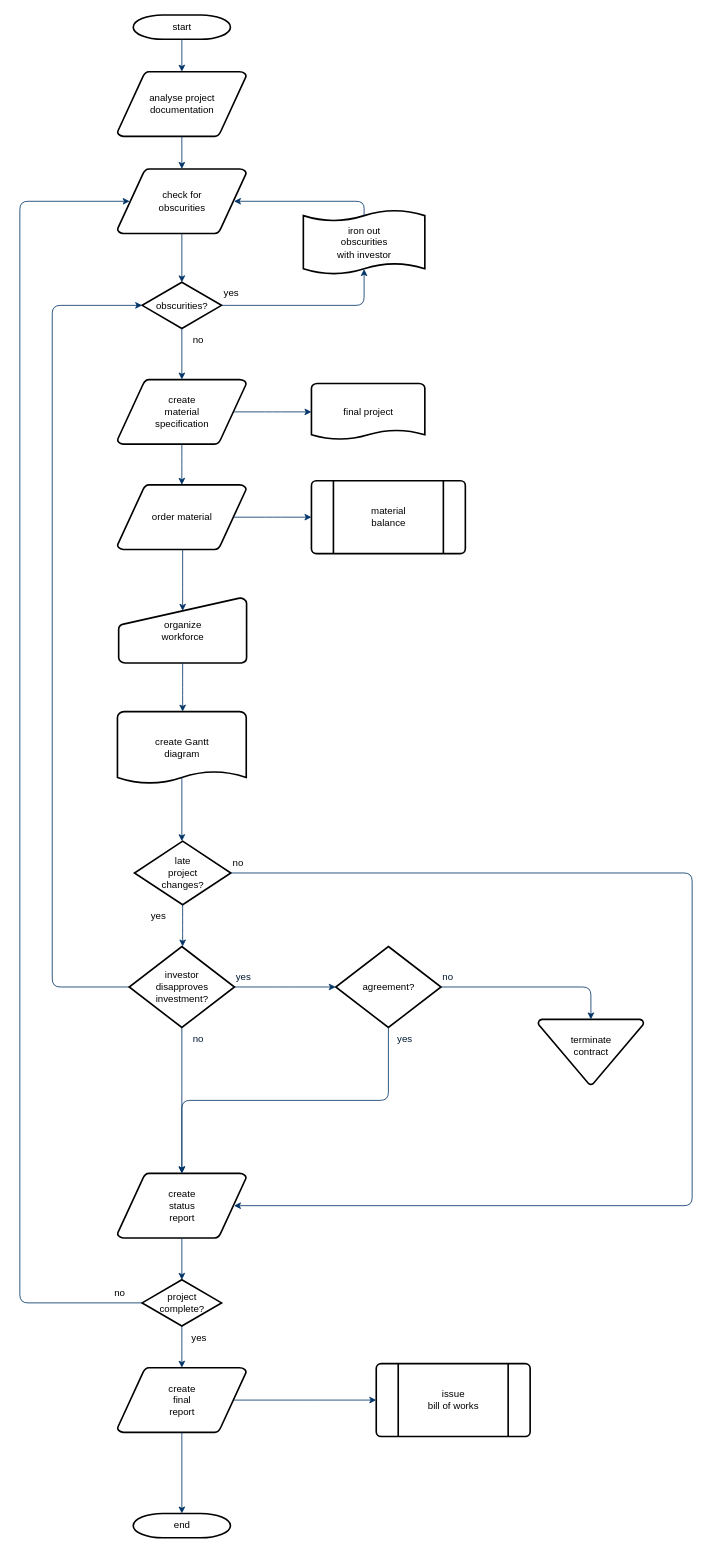
Before: Untitled Diagram.drawio in Pedrohaaraujo/Projeto1_Ebac, a draw.io diagram. Source tidied: cells renumbered, new cells numbered last; positions are measured from the earlier drawing's top-left corner, leaving out a move shared by most shapes. Both pictures are drawn from the tidied source at 81%, with x=0, y=0 at pixel (19, 15).
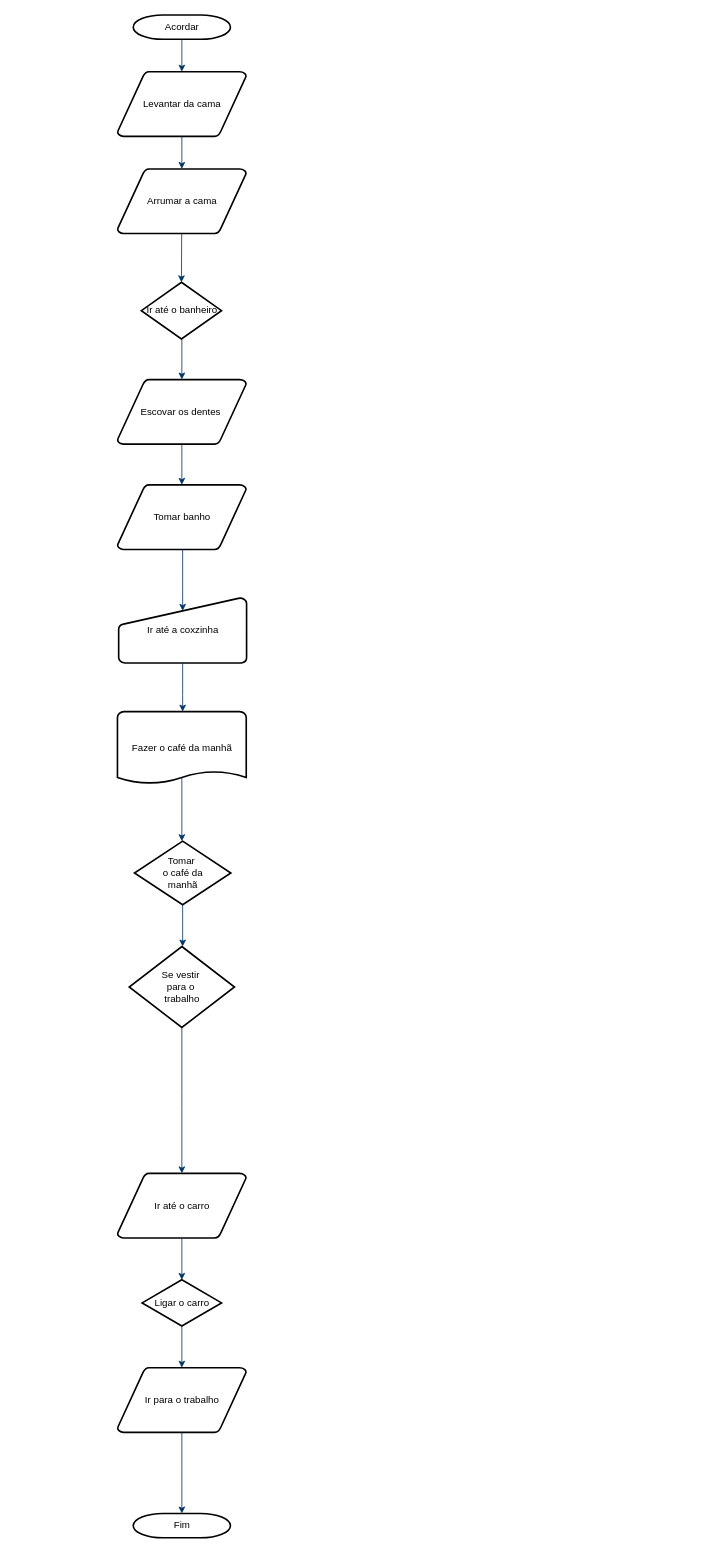
The same diagram, later.

Commit message:
finalizando o diagrama de acordar

The edit, as a diff of the source:
```diff
@@
-    <mxCell id="2" value="start" style="shape=mxgraph.flowchart.terminator;strokeWidth=2;gradientColor=none;gradientDirection=north;fontStyle=0;html=1;" parent="1" vertex="1">
+    <mxCell id="2" value="Acordar" style="shape=mxgraph.flowchart.terminator;strokeWidth=2;gradientColor=none;gradientDirection=north;fontStyle=0;html=1;" parent="1" vertex="1">
       <mxGeometry x="140" width="120" height="30" as="geometry" />
     </mxCell>
-    <mxCell id="3" value="analyse project&#10; documentation" style="shape=mxgraph.flowchart.data;strokeWidth=2;gradientColor=none;gradientDirection=north;fontStyle=0;html=1;" parent="1" vertex="1">
+    <mxCell id="3" value="Levantar da cama" style="shape=mxgraph.flowchart.data;strokeWidth=2;gradientColor=none;gradientDirection=north;fontStyle=0;html=1;" parent="1" vertex="1">
       <mxGeometry x="120.5" y="70" width="159" height="80" as="geometry" />
     </mxCell>
-    <mxCell id="4" value="create&#10;material&#10;specification" style="shape=mxgraph.flowchart.data;strokeWidth=2;gradientColor=none;gradientDirection=north;fontStyle=0;html=1;" parent="1" vertex="1">
+    <mxCell id="4" value="Escovar os dentes&amp;nbsp;" style="shape=mxgraph.flowchart.data;strokeWidth=2;gradientColor=none;gradientDirection=north;fontStyle=0;html=1;" parent="1" vertex="1">
       <mxGeometry x="120.5" y="450" width="159" height="80" as="geometry" />
     </mxCell>
-    <mxCell id="5" value="check for&#10;obscurities" style="shape=mxgraph.flowchart.data;strokeWidth=2;gradientColor=none;gradientDirection=north;fontStyle=0;html=1;" parent="1" vertex="1">
+    <mxCell id="5" value="Arrumar a cama" style="shape=mxgraph.flowchart.data;strokeWidth=2;gradientColor=none;gradientDirection=north;fontStyle=0;html=1;" parent="1" vertex="1">
       <mxGeometry x="120.5" y="190" width="159" height="80" as="geometry" />
     </mxCell>
-    <mxCell id="6" value="obscurities?" style="shape=mxgraph.flowchart.decision;strokeWidth=2;gradientColor=none;gradientDirection=north;fontStyle=0;html=1;" parent="1" vertex="1">
-      <mxGeometry x="151" y="330" width="98" height="57" as="geometry" />
+    <mxCell id="6" value="Ir até o banheiro" style="shape=mxgraph.flowchart.decision;strokeWidth=2;gradientColor=none;gradientDirection=north;fontStyle=0;html=1;" parent="1" vertex="1">
+      <mxGeometry x="150" y="330" width="99" height="70" as="geometry" />
     </mxCell>
@@
-    <mxCell id="10" style="edgeStyle=elbowEdgeStyle;elbow=horizontal;entryX=0.5;entryY=0.91;entryPerimeter=0;exitX=1;exitY=0.5;exitPerimeter=0;fontStyle=1;strokeColor=#003366;strokeWidth=1;html=1;" parent="1" edge="1" source="6" target="51">
-      <mxGeometry x="381" y="28.5" as="geometry">
-        <Array as="points">
-          <mxPoint x="425" y="340" />
-        </Array>
-      </mxGeometry>
-    </mxCell>
-    <mxCell id="11" value="yes" style="text;fontStyle=0;html=1;strokeColor=none;gradientColor=none;fillColor=none;strokeWidth=2;" parent="1" vertex="1">
-      <mxGeometry x="250" y="330" width="40" height="26" as="geometry" />
-    </mxCell>
@@
-    <mxCell id="13" value="order material" style="shape=mxgraph.flowchart.data;strokeWidth=2;gradientColor=none;gradientDirection=north;fontStyle=0;html=1;" parent="1" vertex="1">
+    <mxCell id="13" value="Tomar banho" style="shape=mxgraph.flowchart.data;strokeWidth=2;gradientColor=none;gradientDirection=north;fontStyle=0;html=1;" parent="1" vertex="1">
       <mxGeometry x="120.5" y="580" width="159" height="80" as="geometry" />
     </mxCell>
-    <mxCell id="14" value="no" style="text;fontStyle=0;html=1;strokeColor=none;gradientColor=none;fillColor=none;strokeWidth=2;align=center;" parent="1" vertex="1">
-      <mxGeometry x="200" y="387" width="40" height="26" as="geometry" />
-    </mxCell>
-    <mxCell id="15" value="final project" style="shape=mxgraph.flowchart.document;strokeWidth=2;gradientColor=none;gradientDirection=north;fontStyle=0;html=1;" parent="1" vertex="1">
-      <mxGeometry x="360" y="455" width="140" height="70" as="geometry" />
-    </mxCell>
-    <mxCell id="16" style="edgeStyle=elbowEdgeStyle;elbow=horizontal;exitX=0.905;exitY=0.5;exitPerimeter=0;fontStyle=1;strokeColor=#003366;strokeWidth=1;html=1;" parent="1" edge="1" source="4" target="15">
-      <mxGeometry as="geometry" />
-    </mxCell>
@@
-    <mxCell id="18" value="material&#10;balance" style="shape=mxgraph.flowchart.predefined_process;strokeWidth=2;gradientColor=none;gradientDirection=north;fontStyle=0;html=1;" parent="1" vertex="1">
-      <mxGeometry x="360" y="575" width="190" height="90" as="geometry" />
-    </mxCell>
-    <mxCell id="19" style="edgeStyle=elbowEdgeStyle;elbow=horizontal;exitX=0.905;exitY=0.5;exitPerimeter=0;fontStyle=1;strokeColor=#003366;strokeWidth=1;html=1;" parent="1" edge="1" source="13" target="18">
-      <mxGeometry as="geometry" />
-    </mxCell>
-    <mxCell id="20" value="organize &#10;workforce" style="shape=mxgraph.flowchart.manual_input;strokeWidth=2;gradientColor=none;gradientDirection=north;fontStyle=0;html=1;" parent="1" vertex="1">
+    <mxCell id="20" value="Ir até a coxzinha" style="shape=mxgraph.flowchart.manual_input;strokeWidth=2;gradientColor=none;gradientDirection=north;fontStyle=0;html=1;" parent="1" vertex="1">
       <mxGeometry x="122" y="720" width="158" height="80" as="geometry" />
     </mxCell>
@@
-    <mxCell id="22" value="create Gantt&#10;diagram" style="shape=mxgraph.flowchart.document;strokeWidth=2;gradientColor=none;gradientDirection=north;fontStyle=0;html=1;" parent="1" vertex="1">
+    <mxCell id="22" value="Fazer o café da manhã" style="shape=mxgraph.flowchart.document;strokeWidth=2;gradientColor=none;gradientDirection=north;fontStyle=0;html=1;" parent="1" vertex="1">
       <mxGeometry x="120.5" y="860" width="159" height="90" as="geometry" />
     </mxCell>
@@
-    <mxCell id="24" value="late&#10;project&#10;changes?" style="shape=mxgraph.flowchart.decision;strokeWidth=2;gradientColor=none;gradientDirection=north;fontStyle=0;html=1;" parent="1" vertex="1">
+    <mxCell id="24" value="Tomar&amp;nbsp;&lt;div&gt;o café da&lt;/div&gt;&lt;div&gt;manhã&lt;/div&gt;" style="shape=mxgraph.flowchart.decision;strokeWidth=2;gradientColor=none;gradientDirection=north;fontStyle=0;html=1;" parent="1" vertex="1">
       <mxGeometry x="141.5" y="1020" width="119" height="78.5" as="geometry" />
     </mxCell>
@@
-    <mxCell id="26" style="edgeStyle=elbowEdgeStyle;elbow=horizontal;exitX=0;exitY=0.5;exitPerimeter=0;entryX=0;entryY=0.5;entryPerimeter=0;fontStyle=1;strokeColor=#003366;strokeWidth=1;html=1;" parent="1" edge="1" source="28" target="6">
-      <mxGeometry as="geometry">
-        <Array as="points">
-          <mxPoint x="40" y="790" />
-        </Array>
-      </mxGeometry>
-    </mxCell>
-    <mxCell id="27" value="yes" style="text;fontStyle=0;html=1;strokeColor=none;gradientColor=none;fillColor=none;strokeWidth=2;" parent="1" vertex="1">
-      <mxGeometry x="160" y="1098.5" width="40" height="26" as="geometry" />
-    </mxCell>
-    <mxCell id="28" value="investor&#10;disapproves&#10; investment?" style="shape=mxgraph.flowchart.decision;strokeWidth=2;gradientColor=none;gradientDirection=north;fontStyle=0;html=1;" parent="1" vertex="1">
+    <mxCell id="28" value="Se vestir&amp;nbsp;&lt;div&gt;para o&amp;nbsp;&lt;/div&gt;&lt;div&gt;trabalho&lt;/div&gt;" style="shape=mxgraph.flowchart.decision;strokeWidth=2;gradientColor=none;gradientDirection=north;fontStyle=0;html=1;" parent="1" vertex="1">
       <mxGeometry x="135" y="1150" width="130" height="100" as="geometry" />
     </mxCell>
-    <mxCell id="29" value="agreement?" style="shape=mxgraph.flowchart.decision;strokeWidth=2;gradientColor=none;gradientDirection=north;fontStyle=0;html=1;" parent="1" vertex="1">
-      <mxGeometry x="390" y="1150" width="130" height="100" as="geometry" />
-    </mxCell>
@@
-    <mxCell id="31" style="edgeStyle=elbowEdgeStyle;elbow=horizontal;exitX=1;exitY=0.5;exitPerimeter=0;entryX=0;entryY=0.5;entryPerimeter=0;fontStyle=1;strokeColor=#003366;strokeWidth=1;html=1;" parent="1" edge="1" source="28" target="29">
-      <mxGeometry as="geometry" />
-    </mxCell>
-    <mxCell id="32" value="terminate&#10;contract&#10;" style="shape=mxgraph.flowchart.merge_or_storage;strokeWidth=2;gradientColor=none;gradientDirection=north;fontStyle=0;html=1;" parent="1" vertex="1">
-      <mxGeometry x="640" y="1240" width="130" height="80.5" as="geometry" />
-    </mxCell>
-    <mxCell id="33" style="edgeStyle=elbowEdgeStyle;elbow=vertical;exitX=1;exitY=0.5;exitPerimeter=0;entryX=0.5;entryY=0;entryPerimeter=0;fontStyle=1;strokeColor=#003366;strokeWidth=1;html=1;" parent="1" edge="1" source="29" target="32">
-      <mxGeometry as="geometry">
-        <Array as="points">
-          <mxPoint x="620" y="1200" />
-        </Array>
-      </mxGeometry>
-    </mxCell>
-    <mxCell id="34" value="create&#10;status&#10;report" style="shape=mxgraph.flowchart.data;strokeWidth=2;gradientColor=none;gradientDirection=north;fontStyle=0;html=1;" parent="1" vertex="1">
+    <mxCell id="34" value="Ir até o carro" style="shape=mxgraph.flowchart.data;strokeWidth=2;gradientColor=none;gradientDirection=north;fontStyle=0;html=1;" parent="1" vertex="1">
       <mxGeometry x="120.5" y="1430" width="159" height="80" as="geometry" />
     </mxCell>
@@
-    <mxCell id="36" style="edgeStyle=elbowEdgeStyle;elbow=vertical;exitX=0.5;exitY=1;exitPerimeter=0;entryX=0.5;entryY=0;entryPerimeter=0;fontStyle=1;strokeColor=#003366;strokeWidth=1;html=1;" parent="1" edge="1" source="29" target="34">
-      <mxGeometry as="geometry" />
-    </mxCell>
-    <mxCell id="37" value="project&#10;complete?" style="shape=mxgraph.flowchart.decision;strokeWidth=2;gradientColor=none;gradientDirection=north;fontStyle=0;html=1;" parent="1" vertex="1">
+    <mxCell id="37" value="Ligar o carro" style="shape=mxgraph.flowchart.decision;strokeWidth=2;gradientColor=none;gradientDirection=north;fontStyle=0;html=1;" parent="1" vertex="1">
       <mxGeometry x="151" y="1561.5" width="98" height="57" as="geometry" />
     </mxCell>
-    <mxCell id="38" value="create&#10;final&#10;report" style="shape=mxgraph.flowchart.data;strokeWidth=2;gradientColor=none;gradientDirection=north;fontStyle=0;html=1;" parent="1" vertex="1">
+    <mxCell id="38" value="Ir para o trabalho" style="shape=mxgraph.flowchart.data;strokeWidth=2;gradientColor=none;gradientDirection=north;fontStyle=0;html=1;" parent="1" vertex="1">
       <mxGeometry x="120.5" y="1670" width="159" height="80" as="geometry" />
     </mxCell>
-    <mxCell id="39" value="issue&#10;bill of works" style="shape=mxgraph.flowchart.predefined_process;strokeWidth=2;gradientColor=none;gradientDirection=north;fontStyle=0;html=1;" parent="1" vertex="1">
-      <mxGeometry x="440" y="1665" width="190" height="90" as="geometry" />
-    </mxCell>
-    <mxCell id="40" value="end" style="shape=mxgraph.flowchart.terminator;strokeWidth=2;gradientColor=none;gradientDirection=north;fontStyle=0;html=1;" parent="1" vertex="1">
+    <mxCell id="40" value="Fim" style="shape=mxgraph.flowchart.terminator;strokeWidth=2;gradientColor=none;gradientDirection=north;fontStyle=0;html=1;" parent="1" vertex="1">
       <mxGeometry x="140" y="1850" width="120" height="30" as="geometry" />
     </mxCell>
@@
-    <mxCell id="44" style="edgeStyle=elbowEdgeStyle;elbow=vertical;exitX=0.905;exitY=0.5;exitPerimeter=0;entryX=0;entryY=0.5;entryPerimeter=0;fontStyle=1;strokeColor=#003366;strokeWidth=1;html=1;" parent="1" edge="1" source="38" target="39">
-      <mxGeometry as="geometry" />
-    </mxCell>
-    <mxCell id="45" style="edgeStyle=elbowEdgeStyle;elbow=horizontal;exitX=1;exitY=0.5;exitPerimeter=0;entryX=0.905;entryY=0.5;entryPerimeter=0;fontStyle=1;strokeColor=#003366;strokeWidth=1;html=1;" parent="1" edge="1" source="24" target="34">
-      <mxGeometry as="geometry">
-        <Array as="points">
-          <mxPoint x="830" y="1260" />
-        </Array>
-      </mxGeometry>
-    </mxCell>
-    <mxCell id="46" value="no" style="text;fontStyle=0;html=1;strokeColor=none;gradientColor=none;fillColor=none;strokeWidth=2;" parent="1" vertex="1">
-      <mxGeometry x="260.5" y="1033.2" width="40" height="26" as="geometry" />
-    </mxCell>
-    <mxCell id="47" value="yes" style="text;fontColor=#001933;fontStyle=0;html=1;strokeColor=none;gradientColor=none;fillColor=none;strokeWidth=2;" parent="1" vertex="1">
-      <mxGeometry x="265" y="1174" width="40" height="26" as="geometry" />
-    </mxCell>
-    <mxCell id="48" value="no" style="text;fontColor=#001933;fontStyle=0;html=1;strokeColor=none;gradientColor=none;fillColor=none;strokeWidth=2;align=center;" parent="1" vertex="1">
-      <mxGeometry x="200" y="1250" width="40" height="26" as="geometry" />
-    </mxCell>
-    <mxCell id="49" value="yes" style="text;fontColor=#001933;fontStyle=0;html=1;strokeColor=none;gradientColor=none;fillColor=none;strokeWidth=2;align=center;" parent="1" vertex="1">
-      <mxGeometry x="455" y="1250" width="40" height="26" as="geometry" />
-    </mxCell>
-    <mxCell id="50" value="no" style="text;fontColor=#001933;fontStyle=0;html=1;strokeColor=none;gradientColor=none;fillColor=none;strokeWidth=2;" parent="1" vertex="1">
-      <mxGeometry x="520" y="1174" width="40" height="26" as="geometry" />
-    </mxCell>
-    <mxCell id="51" value="iron out&#10;obscurities &#10;with investor" style="shape=mxgraph.flowchart.paper_tape;strokeWidth=2;gradientColor=none;gradientDirection=north;fontStyle=0;html=1;" parent="1" vertex="1">
-      <mxGeometry x="350" y="240" width="150" height="81" as="geometry" />
-    </mxCell>
-    <mxCell id="52" style="edgeStyle=elbowEdgeStyle;elbow=horizontal;exitX=0.5;exitY=0.09;exitPerimeter=0;entryX=0.905;entryY=0.5;entryPerimeter=0;fontStyle=1;strokeColor=#003366;strokeWidth=1;html=1;" parent="1" edge="1" source="51" target="5">
-      <mxGeometry as="geometry">
-        <Array as="points">
-          <mxPoint x="425" y="240" />
-        </Array>
-      </mxGeometry>
-    </mxCell>
-    <mxCell id="53" value="yes" style="text;fontStyle=0;html=1;strokeColor=none;gradientColor=none;fillColor=none;strokeWidth=2;align=center;" parent="1" vertex="1">
-      <mxGeometry x="201" y="1620" width="40" height="26" as="geometry" />
-    </mxCell>
-    <mxCell id="54" style="edgeStyle=elbowEdgeStyle;elbow=horizontal;exitX=0;exitY=0.5;exitPerimeter=0;entryX=0.095;entryY=0.5;entryPerimeter=0;fontStyle=1;strokeColor=#003366;strokeWidth=1;html=1;" parent="1" edge="1" source="37" target="5">
-      <mxGeometry as="geometry">
-        <Array as="points">
-          <mxPoint y="910" />
-        </Array>
-      </mxGeometry>
-    </mxCell>
-    <mxCell id="55" value="no" style="text;fontStyle=0;html=1;strokeColor=none;gradientColor=none;fillColor=none;strokeWidth=2;" parent="1" vertex="1">
-      <mxGeometry x="115" y="1564" width="40" height="26" as="geometry" />
-    </mxCell>
```
